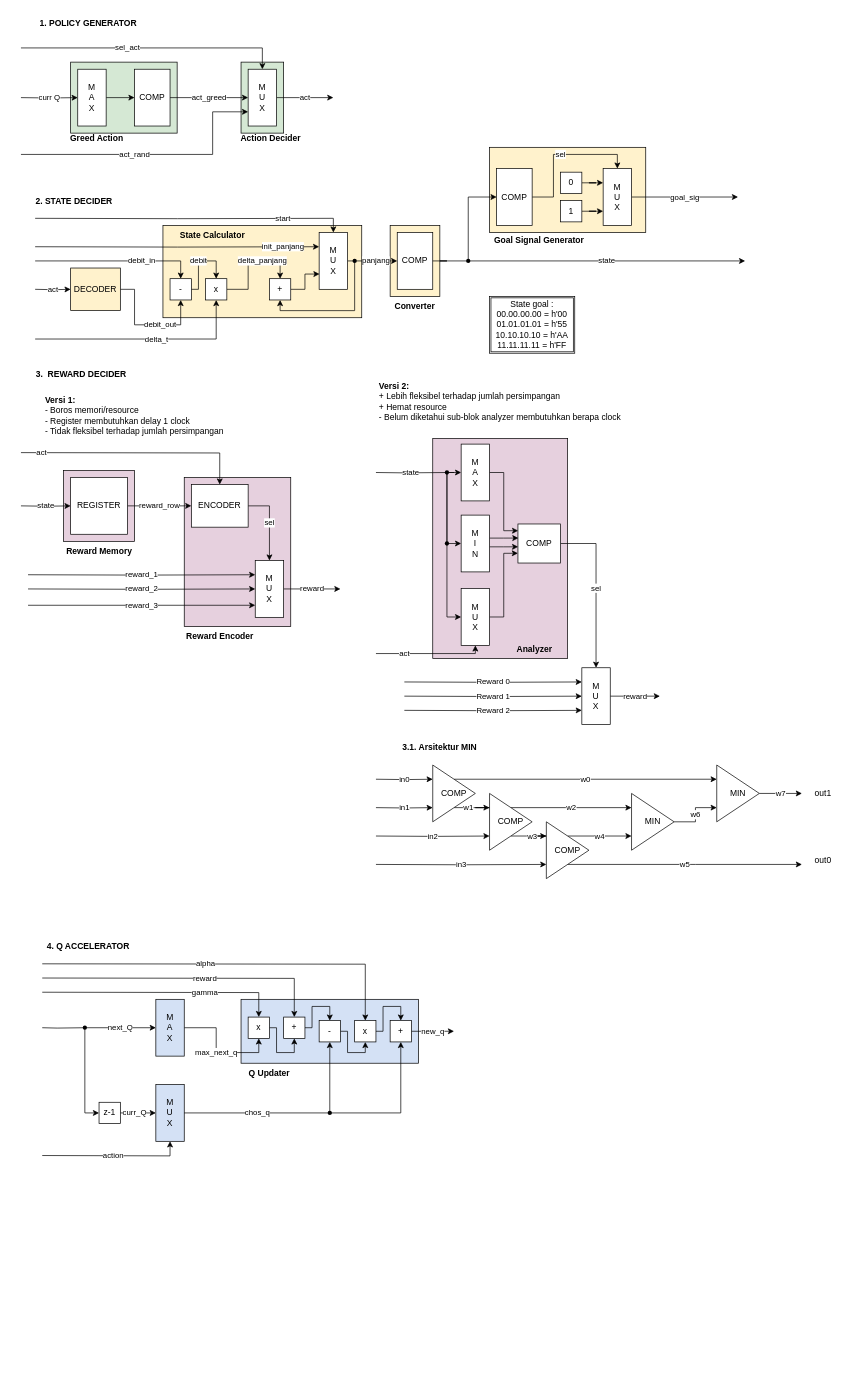
zulfikarna/intelight keeps this draw.io diagram as page "Sub-System" (1 of 4) of intelight.drawio. Above is the earlier version. Source tidied: cells renumbered, new cells numbered last; positions are measured from the earlier drawing's top-left corner, leaving out a move shared by most shapes. Both pictures are drawn from the tidied source at 71%, with x=0, y=0 at pixel (21, 12).
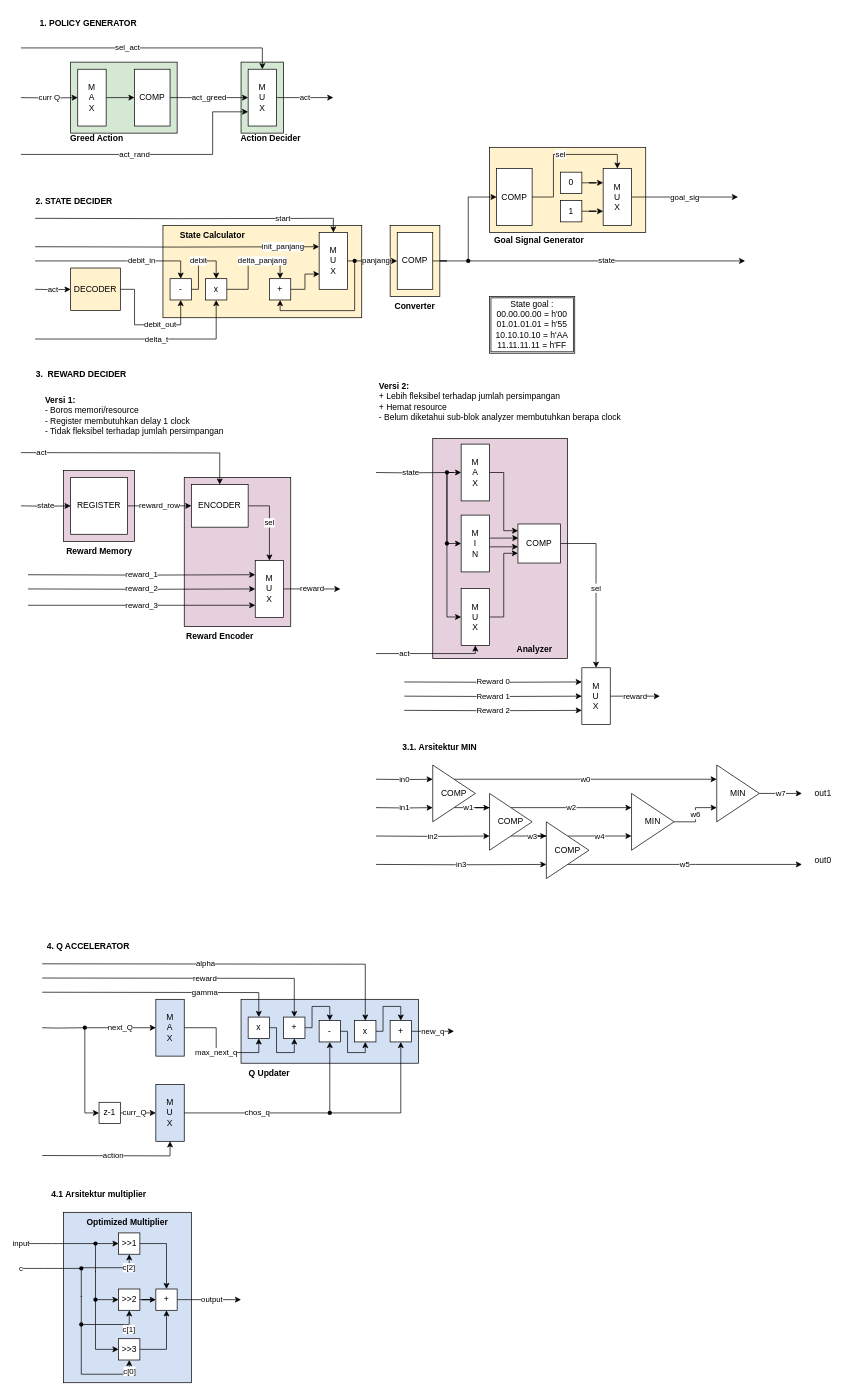
Above is the later version.

The edit, as a diff of the source:
```diff
@@
+    <mxCell id="148" value="&lt;span style=&quot;font-weight: 700&quot;&gt;4.1 Arsitektur multiplier&lt;/span&gt;" style="text;html=1;strokeColor=none;fillColor=none;align=center;verticalAlign=middle;whiteSpace=wrap;rounded=0;" parent="1" vertex="1">
+      <mxGeometry x="20" y="1650" width="180" height="30" as="geometry" />
+    </mxCell>
+    <mxCell id="149" style="rounded=0;whiteSpace=wrap;html=1;fillColor=#D4E1F5;" parent="1" vertex="1">
+      <mxGeometry x="60" y="1690" width="180" height="240" as="geometry" />
+    </mxCell>
+    <mxCell id="150" style="edgeStyle=orthogonalEdgeStyle;rounded=0;jettySize=auto;html=1;" parent="1" edge="1" source="151" target="164">
+      <mxGeometry relative="1" as="geometry" />
+    </mxCell>
+    <mxCell id="151" value="&amp;gt;&amp;gt;1" style="rounded=0;whiteSpace=wrap;html=1;fillColor=#FFFFFF;" parent="1" vertex="1">
+      <mxGeometry x="137.5" y="1719" width="30" height="30" as="geometry" />
+    </mxCell>
+    <mxCell id="152" value="c[2]" style="edgeStyle=orthogonalEdgeStyle;rounded=0;jettySize=auto;html=1;entryX=0.5;entryY=1;entryDx=0;entryDy=0;" parent="1" edge="1" source="155" target="151">
+      <mxGeometry x="0.56" relative="1" as="geometry">
+        <Array as="points">
+          <mxPoint x="152.5" y="1768" />
+        </Array>
+      </mxGeometry>
+    </mxCell>
+    <mxCell id="153" value="c[0]" style="edgeStyle=orthogonalEdgeStyle;rounded=0;jettySize=auto;html=1;entryX=0.5;entryY=1;entryDx=0;entryDy=0;startArrow=none;" parent="1" edge="1" source="161" target="159">
+      <mxGeometry x="0.8" relative="1" as="geometry">
+        <Array as="points">
+          <mxPoint x="85" y="1918" />
+          <mxPoint x="153" y="1918" />
+        </Array>
+      </mxGeometry>
+    </mxCell>
+    <mxCell id="154" value="c" style="edgeStyle=orthogonalEdgeStyle;rounded=0;jettySize=auto;html=1;endArrow=none;" parent="1" edge="1" source="155">
+      <mxGeometry x="1" relative="1" as="geometry">
+        <mxPoint y="1769" as="targetPoint" />
+      </mxGeometry>
+    </mxCell>
+    <mxCell id="155" style="shape=waypoint;sketch=0;fillStyle=solid;size=6;points=[];fillColor=none;perimeter=centerPerimeter;snapToPoint=1;" parent="1" vertex="1">
+      <mxGeometry x="65" y="1749" width="40" height="40" as="geometry" />
+    </mxCell>
+    <mxCell id="156" style="edgeStyle=orthogonalEdgeStyle;rounded=0;jettySize=auto;html=1;entryX=0;entryY=0.5;entryDx=0;entryDy=0;" parent="1" edge="1" source="157" target="164">
+      <mxGeometry relative="1" as="geometry" />
+    </mxCell>
+    <mxCell id="157" value="&amp;gt;&amp;gt;2" style="rounded=0;whiteSpace=wrap;html=1;fillColor=#FFFFFF;" parent="1" vertex="1">
+      <mxGeometry x="137.5" y="1798" width="30" height="30" as="geometry" />
+    </mxCell>
+    <mxCell id="158" style="edgeStyle=orthogonalEdgeStyle;rounded=0;jettySize=auto;html=1;entryX=0.5;entryY=1;entryDx=0;entryDy=0;" parent="1" edge="1" source="159" target="164">
+      <mxGeometry relative="1" as="geometry" />
+    </mxCell>
+    <mxCell id="159" value="&amp;gt;&amp;gt;3" style="rounded=0;whiteSpace=wrap;html=1;fillColor=#FFFFFF;" parent="1" vertex="1">
+      <mxGeometry x="137.5" y="1868" width="30" height="30" as="geometry" />
+    </mxCell>
+    <mxCell id="160" value="c[1]" style="edgeStyle=orthogonalEdgeStyle;rounded=0;jettySize=auto;html=1;entryX=0.5;entryY=1;entryDx=0;entryDy=0;" parent="1" edge="1" source="161" target="157">
+      <mxGeometry x="0.54" y="-7" relative="1" as="geometry" />
+    </mxCell>
+    <mxCell id="161" style="shape=waypoint;sketch=0;fillStyle=solid;size=6;points=[];fillColor=none;perimeter=centerPerimeter;snapToPoint=1;" parent="1" vertex="1">
+      <mxGeometry x="65" y="1828" width="40" height="40" as="geometry" />
+    </mxCell>
+    <mxCell id="162" style="edgeStyle=orthogonalEdgeStyle;rounded=0;jettySize=auto;html=1;entryDx=0;entryDy=0;endArrow=none;" parent="1" edge="1" source="155" target="161">
+      <mxGeometry relative="1" as="geometry" />
+    </mxCell>
+    <mxCell id="163" value="output" style="edgeStyle=orthogonalEdgeStyle;rounded=0;jettySize=auto;html=1;" parent="1" edge="1" source="164">
+      <mxGeometry x="0.11" relative="1" as="geometry">
+        <mxPoint x="310" y="1813" as="targetPoint" />
+      </mxGeometry>
+    </mxCell>
+    <mxCell id="164" value="+" style="rounded=0;whiteSpace=wrap;html=1;fillColor=#FFFFFF;" parent="1" vertex="1">
+      <mxGeometry x="190" y="1798" width="30" height="30" as="geometry" />
+    </mxCell>
+    <mxCell id="165" style="edgeStyle=orthogonalEdgeStyle;rounded=0;jettySize=auto;html=1;entryX=0;entryY=0.5;entryDx=0;entryDy=0;startArrow=none;" parent="1" edge="1" source="167" target="151">
+      <mxGeometry relative="1" as="geometry" />
+    </mxCell>
+    <mxCell id="166" value="input" style="edgeStyle=orthogonalEdgeStyle;rounded=0;jettySize=auto;html=1;endArrow=none;" parent="1" edge="1" source="167">
+      <mxGeometry x="1" relative="1" as="geometry">
+        <mxPoint y="1734" as="targetPoint" />
+      </mxGeometry>
+    </mxCell>
+    <mxCell id="167" style="shape=waypoint;sketch=0;fillStyle=solid;size=6;points=[];fillColor=none;perimeter=centerPerimeter;snapToPoint=1;" parent="1" vertex="1">
+      <mxGeometry x="85" y="1714" width="40" height="40" as="geometry" />
+    </mxCell>
+    <mxCell id="168" style="edgeStyle=orthogonalEdgeStyle;rounded=0;jettySize=auto;html=1;entryX=0;entryY=0.5;entryDx=0;entryDy=0;" parent="1" edge="1" source="170" target="159">
+      <mxGeometry relative="1" as="geometry">
+        <Array as="points">
+          <mxPoint x="105" y="1883" />
+        </Array>
+      </mxGeometry>
+    </mxCell>
+    <mxCell id="169" style="edgeStyle=orthogonalEdgeStyle;rounded=0;jettySize=auto;html=1;entryX=0;entryY=0.5;entryDx=0;entryDy=0;" parent="1" edge="1" source="170" target="157">
+      <mxGeometry relative="1" as="geometry" />
+    </mxCell>
+    <mxCell id="170" style="shape=waypoint;sketch=0;fillStyle=solid;size=6;points=[];fillColor=none;perimeter=centerPerimeter;snapToPoint=1;" parent="1" vertex="1">
+      <mxGeometry x="85" y="1793" width="40" height="40" as="geometry" />
+    </mxCell>
+    <mxCell id="171" style="edgeStyle=orthogonalEdgeStyle;rounded=0;jettySize=auto;html=1;entryDx=0;entryDy=0;endArrow=none;" parent="1" edge="1" source="167" target="170">
+      <mxGeometry relative="1" as="geometry" />
+    </mxCell>
+    <mxCell id="172" value="&lt;b&gt;Optimized Multiplier&lt;/b&gt;" style="text;html=1;strokeColor=none;fillColor=none;align=center;verticalAlign=middle;whiteSpace=wrap;rounded=0;" parent="1" vertex="1">
+      <mxGeometry x="80" y="1690" width="140" height="27" as="geometry" />
+    </mxCell>
```
